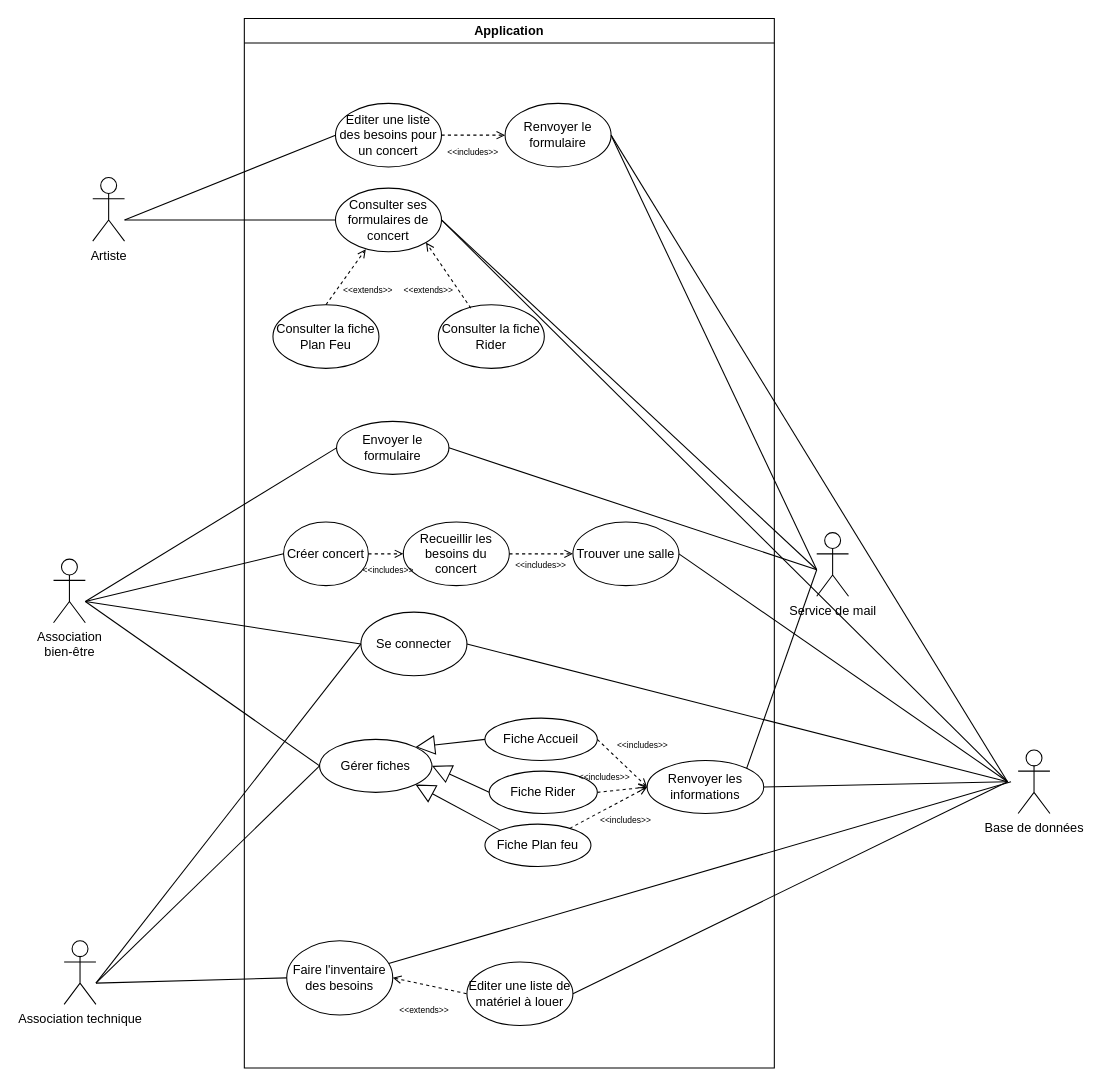
This is page "CU_complexe" (1 of 2) of diagramme_cas_utilisation/Diagramme CU.drawio from LeniChabilan/SAE-CONCERT, a draw.io file, before an edit. Source tidied: cells renumbered, new cells numbered last; positions are measured from the earlier drawing's top-left corner, leaving out a move shared by most shapes. Both pictures are drawn from the tidied source at 106%, with x=0, y=0 at pixel (53, 18).
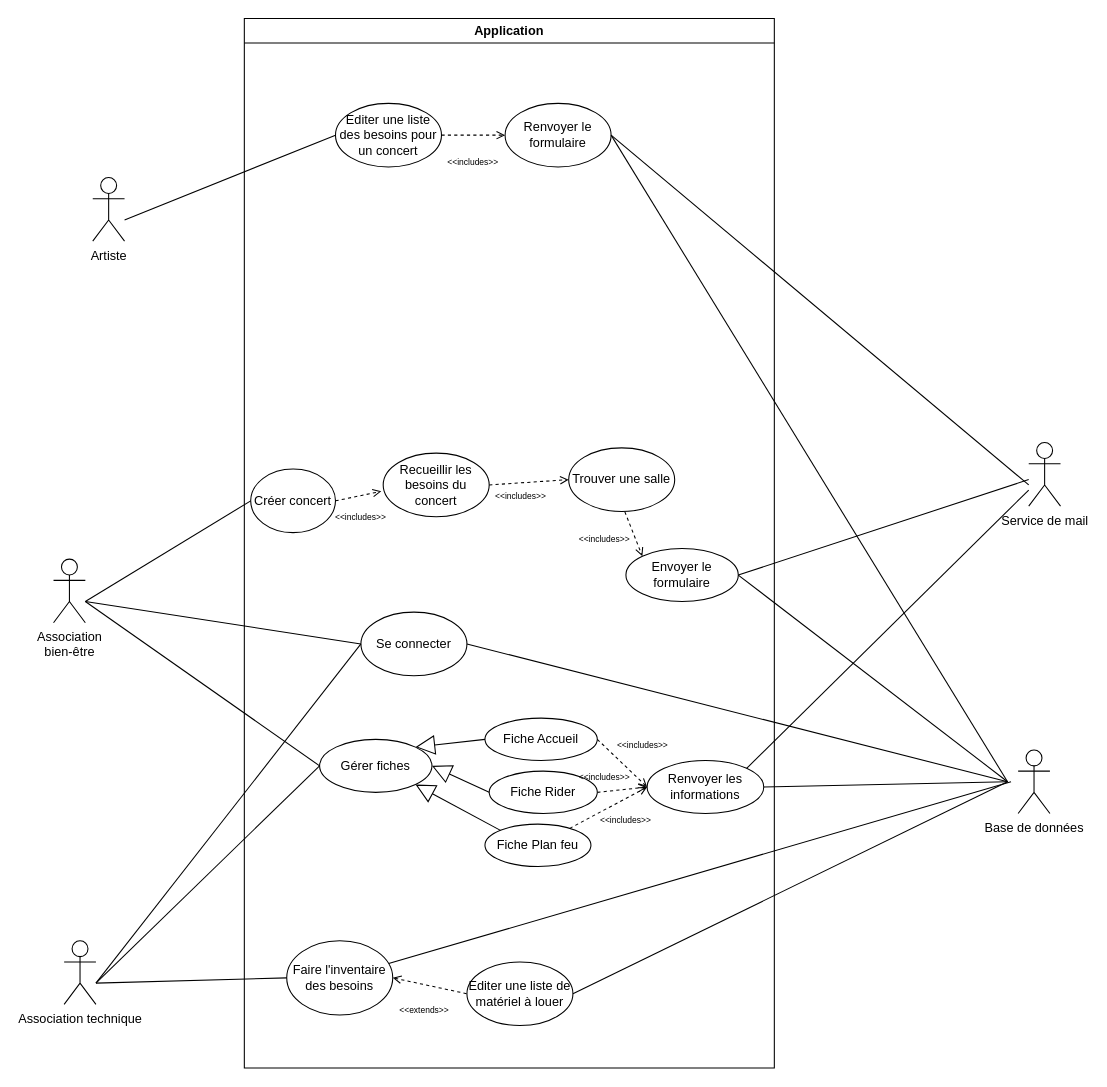
Above is the later version.

Unchanged cells that the change refers to:
```xml
<mxCell id="2" value="Application" style="swimlane;whiteSpace=wrap;html=1;" parent="1" vertex="1">
  <mxGeometry x="180" width="500" height="990" as="geometry" />
</mxCell>
<mxCell id="25" value="Renvoyer le formulaire" style="ellipse;whiteSpace=wrap;html=1;" parent="2" vertex="1">
  <mxGeometry x="246" y="80" width="100" height="60" as="geometry" />
</mxCell>
<mxCell id="41" value="Renvoyer les informations" style="ellipse;whiteSpace=wrap;html=1;" parent="2" vertex="1">
  <mxGeometry x="380" y="700" width="110" height="50" as="geometry" />
</mxCell>
```

What changed in the source:
```diff
@@
     <mxCell id="3" value="Créer concert" style="ellipse;whiteSpace=wrap;html=1;" parent="2" vertex="1">
-      <mxGeometry x="37" y="475" width="80" height="60" as="geometry" />
+      <mxGeometry x="6" y="425" width="80" height="60" as="geometry" />
     </mxCell>
     <mxCell id="4" value="Trouver une salle" style="ellipse;whiteSpace=wrap;html=1;" parent="2" vertex="1">
-      <mxGeometry x="310" y="475" width="100" height="60" as="geometry" />
+      <mxGeometry x="306" y="405" width="100" height="60" as="geometry" />
     </mxCell>
     <mxCell id="5" value="Recueillir les besoins du concert" style="ellipse;whiteSpace=wrap;html=1;" parent="2" vertex="1">
-      <mxGeometry x="150" y="475" width="100" height="60" as="geometry" />
+      <mxGeometry x="131" y="410" width="100" height="60" as="geometry" />
     </mxCell>
@@
     <mxCell id="11" value="&lt;font style=&quot;font-size: 8px;&quot;&gt;&amp;lt;&amp;lt;includes&amp;gt;&amp;gt;&lt;/font&gt;" style="text;html=1;strokeColor=none;fillColor=none;align=center;verticalAlign=middle;whiteSpace=wrap;rounded=0;" parent="2" vertex="1">
-      <mxGeometry x="250" y="500" width="60" height="30" as="geometry" />
+      <mxGeometry x="231" y="435" width="60" height="30" as="geometry" />
     </mxCell>
@@
-    <mxCell id="14" style="rounded=0;jettySize=auto;html=1;endArrow=none;endFill=0;exitX=1;exitY=0.5;exitDx=0;exitDy=0;" parent="2" edge="1" source="15">
-      <mxGeometry relative="1" as="geometry">
-        <mxPoint x="720" y="720" as="targetPoint" />
-      </mxGeometry>
-    </mxCell>
-    <mxCell id="15" value="Consulter ses formulaires de concert" style="ellipse;whiteSpace=wrap;html=1;" parent="2" vertex="1">
-      <mxGeometry x="86" y="160" width="100" height="60" as="geometry" />
-    </mxCell>
-    <mxCell id="16" value="Consulter la fiche Plan Feu" style="ellipse;whiteSpace=wrap;html=1;" parent="2" vertex="1">
-      <mxGeometry x="27" y="270" width="100" height="60" as="geometry" />
-    </mxCell>
-    <mxCell id="17" value="Consulter la fiche Rider" style="ellipse;whiteSpace=wrap;html=1;" parent="2" vertex="1">
-      <mxGeometry x="183" y="270" width="100" height="60" as="geometry" />
-    </mxCell>
-    <mxCell id="18" style="endArrow=open;dashed=1;html=1;rounded=0;exitX=0.307;exitY=0.054;exitDx=0;exitDy=0;entryX=1;entryY=1;entryDx=0;entryDy=0;endFill=0;exitPerimeter=0;" parent="2" edge="1" source="17" target="15">
-      <mxGeometry relative="1" as="geometry" />
-    </mxCell>
-    <mxCell id="19" value="&lt;font style=&quot;font-size: 8px;&quot;&gt;&amp;lt;&amp;lt;extends&amp;gt;&amp;gt;&lt;/font&gt;" style="text;html=1;strokeColor=none;fillColor=none;align=center;verticalAlign=middle;whiteSpace=wrap;rounded=0;" parent="2" vertex="1">
-      <mxGeometry x="144" y="240" width="60" height="30" as="geometry" />
-    </mxCell>
-    <mxCell id="20" style="endArrow=open;dashed=1;html=1;rounded=0;exitX=0.5;exitY=0;exitDx=0;exitDy=0;entryX=0.286;entryY=0.959;entryDx=0;entryDy=0;endFill=0;entryPerimeter=0;" parent="2" edge="1" source="16" target="15">
-      <mxGeometry relative="1" as="geometry" />
-    </mxCell>
-    <mxCell id="21" value="&lt;font style=&quot;font-size: 8px;&quot;&gt;&amp;lt;&amp;lt;extends&amp;gt;&amp;gt;&lt;/font&gt;" style="text;html=1;strokeColor=none;fillColor=none;align=center;verticalAlign=middle;whiteSpace=wrap;rounded=0;" parent="2" vertex="1">
-      <mxGeometry x="87" y="240" width="60" height="30" as="geometry" />
-    </mxCell>
@@
-    <mxCell id="24" style="endArrow=none;html=1;rounded=0;entryX=0;entryY=0.5;entryDx=0;entryDy=0;" parent="2" edge="1" target="15">
-      <mxGeometry relative="1" as="geometry">
-        <mxPoint x="-113" y="190" as="sourcePoint" />
-      </mxGeometry>
-    </mxCell>
@@
     <mxCell id="26" value="Envoyer le formulaire" style="ellipse;whiteSpace=wrap;html=1;" parent="2" vertex="1">
-      <mxGeometry x="87" y="380" width="106" height="50" as="geometry" />
+      <mxGeometry x="360" y="500" width="106" height="50" as="geometry" />
     </mxCell>
@@
     <mxCell id="38" value="&lt;font style=&quot;font-size: 8px;&quot;&gt;&amp;lt;&amp;lt;includes&amp;gt;&amp;gt;&lt;/font&gt;" style="text;html=1;strokeColor=none;fillColor=none;align=center;verticalAlign=middle;whiteSpace=wrap;rounded=0;" parent="2" vertex="1">
-      <mxGeometry x="186" y="110" width="60" height="30" as="geometry" />
+      <mxGeometry x="186" y="120" width="60" height="30" as="geometry" />
     </mxCell>
-    <mxCell id="39" style="endArrow=open;dashed=1;html=1;rounded=0;exitX=1;exitY=0.5;exitDx=0;exitDy=0;entryX=0;entryY=0.5;entryDx=0;entryDy=0;endFill=0;" parent="2" edge="1" target="5">
-      <mxGeometry relative="1" as="geometry">
-        <mxPoint x="117" y="505" as="sourcePoint" />
-      </mxGeometry>
+    <mxCell id="39" style="endArrow=open;dashed=1;html=1;rounded=0;exitX=1;exitY=0.5;exitDx=0;exitDy=0;entryX=-0.018;entryY=0.6;entryDx=0;entryDy=0;endFill=0;entryPerimeter=0;" parent="2" edge="1" source="3" target="5">
+      <mxGeometry relative="1" as="geometry" />
     </mxCell>
     <mxCell id="40" value="&lt;font style=&quot;font-size: 8px;&quot;&gt;&amp;lt;&amp;lt;includes&amp;gt;&amp;gt;&lt;/font&gt;" style="text;html=1;strokeColor=none;fillColor=none;align=center;verticalAlign=middle;whiteSpace=wrap;rounded=0;" parent="2" vertex="1">
-      <mxGeometry x="106" y="505" width="60" height="30" as="geometry" />
+      <mxGeometry x="80" y="455" width="60" height="30" as="geometry" />
     </mxCell>
@@
+    <mxCell id="66" style="endArrow=open;dashed=1;html=1;rounded=0;exitX=0.53;exitY=1.006;exitDx=0;exitDy=0;entryX=0;entryY=0;entryDx=0;entryDy=0;endFill=0;exitPerimeter=0;" parent="2" edge="1" source="4" target="26">
+      <mxGeometry relative="1" as="geometry" />
+    </mxCell>
+    <mxCell id="67" value="&lt;font style=&quot;font-size: 8px;&quot;&gt;&amp;lt;&amp;lt;includes&amp;gt;&amp;gt;&lt;/font&gt;" style="text;html=1;strokeColor=none;fillColor=none;align=center;verticalAlign=middle;whiteSpace=wrap;rounded=0;" parent="2" vertex="1">
+      <mxGeometry x="310" y="475" width="60" height="30" as="geometry" />
+    </mxCell>
@@
     <mxCell id="49" value="Service de mail" style="shape=umlActor;verticalLabelPosition=bottom;verticalAlign=top;html=1;outlineConnect=0;" parent="1" vertex="1">
-      <mxGeometry x="720" y="485" width="30" height="60" as="geometry" />
+      <mxGeometry x="920" y="400" width="30" height="60" as="geometry" />
     </mxCell>
@@
-    <mxCell id="56" style="endArrow=none;html=1;rounded=0;exitX=1;exitY=0;exitDx=0;exitDy=0;" parent="1" edge="1" source="41">
-      <mxGeometry relative="1" as="geometry">
-        <mxPoint x="720" y="520" as="targetPoint" />
-      </mxGeometry>
+    <mxCell id="56" style="endArrow=none;html=1;rounded=0;exitX=1;exitY=0;exitDx=0;exitDy=0;" parent="1" edge="1" source="41" target="49">
+      <mxGeometry relative="1" as="geometry" />
     </mxCell>
@@
-    <mxCell id="58" style="endArrow=none;html=1;rounded=0;exitX=1;exitY=0.5;exitDx=0;exitDy=0;" parent="1" edge="1" source="4">
+    <mxCell id="58" style="endArrow=none;html=1;rounded=0;exitX=1;exitY=0.5;exitDx=0;exitDy=0;" parent="1" edge="1" source="26">
       <mxGeometry relative="1" as="geometry">
         <mxPoint x="900" y="720" as="targetPoint" />
       </mxGeometry>
     </mxCell>
@@
     <mxCell id="60" style="endArrow=none;html=1;rounded=0;entryX=1;entryY=0.5;entryDx=0;entryDy=0;" parent="1" edge="1" target="25">
       <mxGeometry relative="1" as="geometry">
-        <mxPoint x="720" y="520" as="sourcePoint" />
+        <mxPoint x="920" y="440" as="sourcePoint" />
       </mxGeometry>
     </mxCell>
-    <mxCell id="61" style="endArrow=none;html=1;rounded=0;entryX=1;entryY=0.5;entryDx=0;entryDy=0;" parent="1" edge="1" target="15">
-      <mxGeometry relative="1" as="geometry">
-        <mxPoint x="720" y="520" as="sourcePoint" />
-      </mxGeometry>
-    </mxCell>
-    <mxCell id="62" style="endArrow=none;html=1;rounded=0;exitX=0;exitY=0.5;exitDx=0;exitDy=0;" parent="1" edge="1" source="26">
-      <mxGeometry relative="1" as="geometry">
-        <mxPoint x="30" y="550" as="targetPoint" />
-      </mxGeometry>
-    </mxCell>
-    <mxCell id="63" style="endArrow=none;html=1;rounded=0;entryX=1;entryY=0.5;entryDx=0;entryDy=0;" parent="1" edge="1" target="26">
-      <mxGeometry relative="1" as="geometry">
-        <mxPoint x="720" y="520" as="sourcePoint" />
-      </mxGeometry>
+    <mxCell id="63" style="endArrow=none;html=1;rounded=0;entryX=1;entryY=0.5;entryDx=0;entryDy=0;" parent="1" edge="1" source="49" target="26">
+      <mxGeometry relative="1" as="geometry" />
     </mxCell>
```
